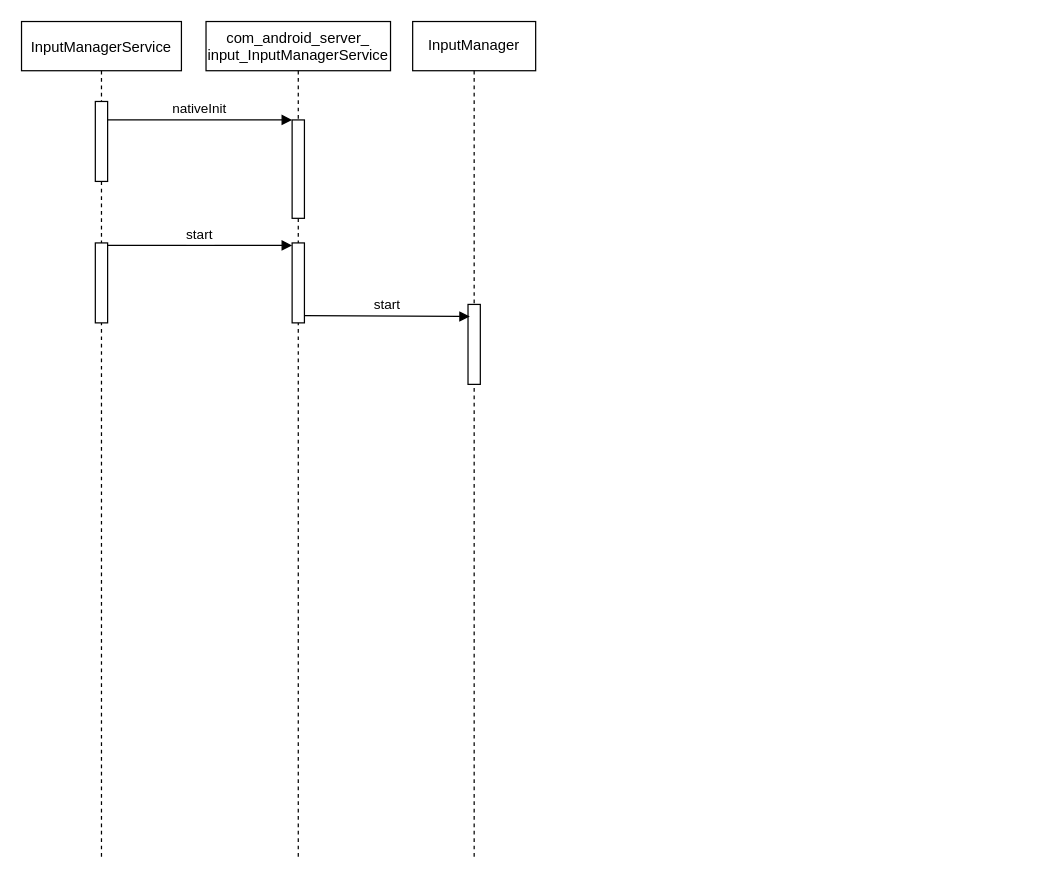
Before: Input.drawio in Frezrik/UML, a draw.io diagram. Source tidied: cells renumbered, new cells numbered last; positions are measured from the earlier drawing's top-left corner, leaving out a move shared by most shapes. Both pictures are drawn from the tidied source at 123%, with x=0, y=0 at pixel (21, 21).
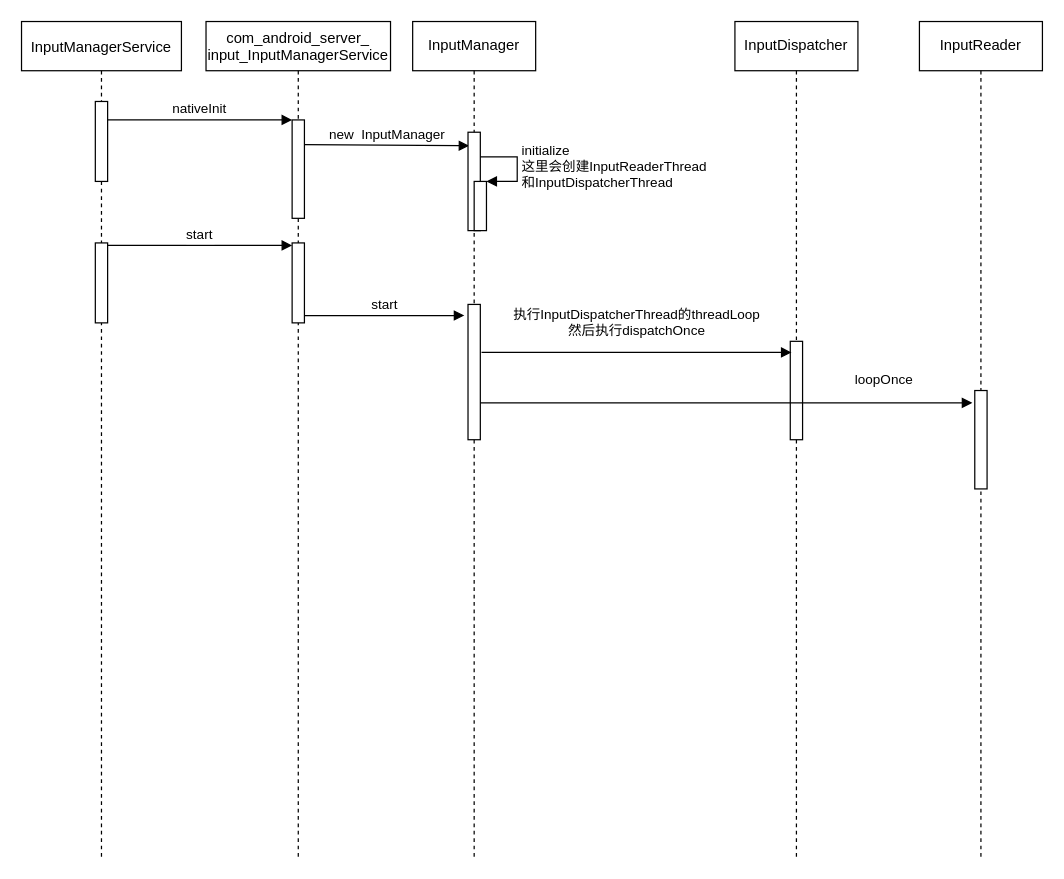
Above is the later version.

Unchanged cells that the change refers to:
```xml
<mxCell id="4" value="com_android_server_&#10;input_InputManagerService" style="shape=umlLifeline;perimeter=lifelinePerimeter;rounded=0;shadow=0;strokeWidth=1;verticalAlign=middle;" parent="1" vertex="1">
  <mxGeometry x="150" width="150" height="680" as="geometry" />
</mxCell>
<mxCell id="8" style="points=[];perimeter=orthogonalPerimeter;rounded=0;shadow=0;strokeWidth=1;" parent="1" vertex="1">
  <mxGeometry x="220" y="180" width="10" height="65" as="geometry" />
</mxCell>
<mxCell id="10" value="InputManager" style="shape=umlLifeline;perimeter=lifelinePerimeter;whiteSpace=wrap;html=1;verticalAlign=middle;" parent="1" vertex="1">
  <mxGeometry x="318" width="100" height="680" as="geometry" />
</mxCell>
```

Diff of the diagram source:
```diff
@@
+    <mxCell id="13" value="new&amp;nbsp; InputManager" style="html=1;verticalAlign=bottom;endArrow=block;entryX=0.1;entryY=0.138;entryDx=0;entryDy=0;entryPerimeter=0;" parent="4" edge="1" target="14">
+      <mxGeometry relative="1" as="geometry">
+        <mxPoint x="80" y="100" as="sourcePoint" />
+      </mxGeometry>
+    </mxCell>
@@
+    <mxCell id="14" style="html=1;points=[];perimeter=orthogonalPerimeter;" parent="10" vertex="1">
+      <mxGeometry x="45" y="90" width="10" height="80" as="geometry" />
+    </mxCell>
+    <mxCell id="15" style="html=1;points=[];perimeter=orthogonalPerimeter;" parent="10" vertex="1">
+      <mxGeometry x="50" y="130" width="10" height="40" as="geometry" />
+    </mxCell>
+    <mxCell id="16" value="&lt;span style=&quot;font-size: 11px&quot;&gt;initialize&lt;/span&gt;&lt;br&gt;&lt;span style=&quot;font-size: 11px&quot;&gt;这里会创建InputReaderThread&lt;br&gt;和InputDispatcherThread&lt;/span&gt;" style="edgeStyle=orthogonalEdgeStyle;html=1;align=left;spacingLeft=2;endArrow=block;rounded=0;entryX=1;entryY=0;" parent="10" edge="1" target="15">
+      <mxGeometry relative="1" as="geometry">
+        <mxPoint x="55" y="110" as="sourcePoint" />
+        <Array as="points">
+          <mxPoint x="85" y="110" />
+        </Array>
+      </mxGeometry>
+    </mxCell>
     <mxCell id="11" style="points=[];perimeter=orthogonalPerimeter;rounded=0;shadow=0;strokeWidth=1;" parent="1" vertex="1">
-      <mxGeometry x="363" y="230" width="10" height="65" as="geometry" />
+      <mxGeometry x="363" y="230" width="10" height="110" as="geometry" />
     </mxCell>
-    <mxCell id="12" value="start" style="html=1;verticalAlign=bottom;endArrow=block;entryX=0.15;entryY=0.151;entryDx=0;entryDy=0;entryPerimeter=0;exitX=1.033;exitY=0.908;exitDx=0;exitDy=0;exitPerimeter=0;" parent="1" edge="1" source="8" target="11">
+    <mxCell id="12" value="start" style="html=1;verticalAlign=bottom;endArrow=block;entryX=-0.3;entryY=0.082;entryDx=0;entryDy=0;entryPerimeter=0;exitX=1.033;exitY=0.908;exitDx=0;exitDy=0;exitPerimeter=0;" parent="1" edge="1" source="8" target="11">
       <mxGeometry relative="1" as="geometry" />
     </mxCell>
+    <mxCell id="17" value="InputDispatcher" style="shape=umlLifeline;perimeter=lifelinePerimeter;whiteSpace=wrap;html=1;" parent="1" vertex="1">
+      <mxGeometry x="580" width="100" height="680" as="geometry" />
+    </mxCell>
+    <mxCell id="18" style="html=1;perimeter=orthogonalPerimeter;" parent="17" vertex="1">
+      <mxGeometry x="45" y="260" width="10" height="80" as="geometry" />
+    </mxCell>
+    <mxCell id="19" value="执行&lt;span style=&quot;text-align: left&quot;&gt;InputDispatcherThread的threadLoop&lt;br&gt;然后执行dispatchOnce&lt;/span&gt;" style="html=1;verticalAlign=bottom;endArrow=block;exitX=1;exitY=0.6;exitDx=0;exitDy=0;exitPerimeter=0;" parent="1" edge="1">
+      <mxGeometry y="9" relative="1" as="geometry">
+        <mxPoint x="374" y="269" as="sourcePoint" />
+        <mxPoint x="626" y="269" as="targetPoint" />
+      </mxGeometry>
+    </mxCell>
+    <mxCell id="20" value="InputReader" style="shape=umlLifeline;perimeter=lifelinePerimeter;whiteSpace=wrap;html=1;" parent="1" vertex="1">
+      <mxGeometry x="730" width="100" height="680" as="geometry" />
+    </mxCell>
+    <mxCell id="21" style="html=1;perimeter=orthogonalPerimeter;" parent="20" vertex="1">
+      <mxGeometry x="45" y="300" width="10" height="80" as="geometry" />
+    </mxCell>
+    <mxCell id="22" value="loopOnce" style="html=1;verticalAlign=bottom;endArrow=block;exitX=0.7;exitY=0.727;exitDx=0;exitDy=0;exitPerimeter=0;" parent="1" edge="1">
+      <mxGeometry x="0.64" y="10" relative="1" as="geometry">
+        <mxPoint x="373" y="310" as="sourcePoint" />
+        <mxPoint x="773" y="310" as="targetPoint" />
+      </mxGeometry>
+    </mxCell>
```
